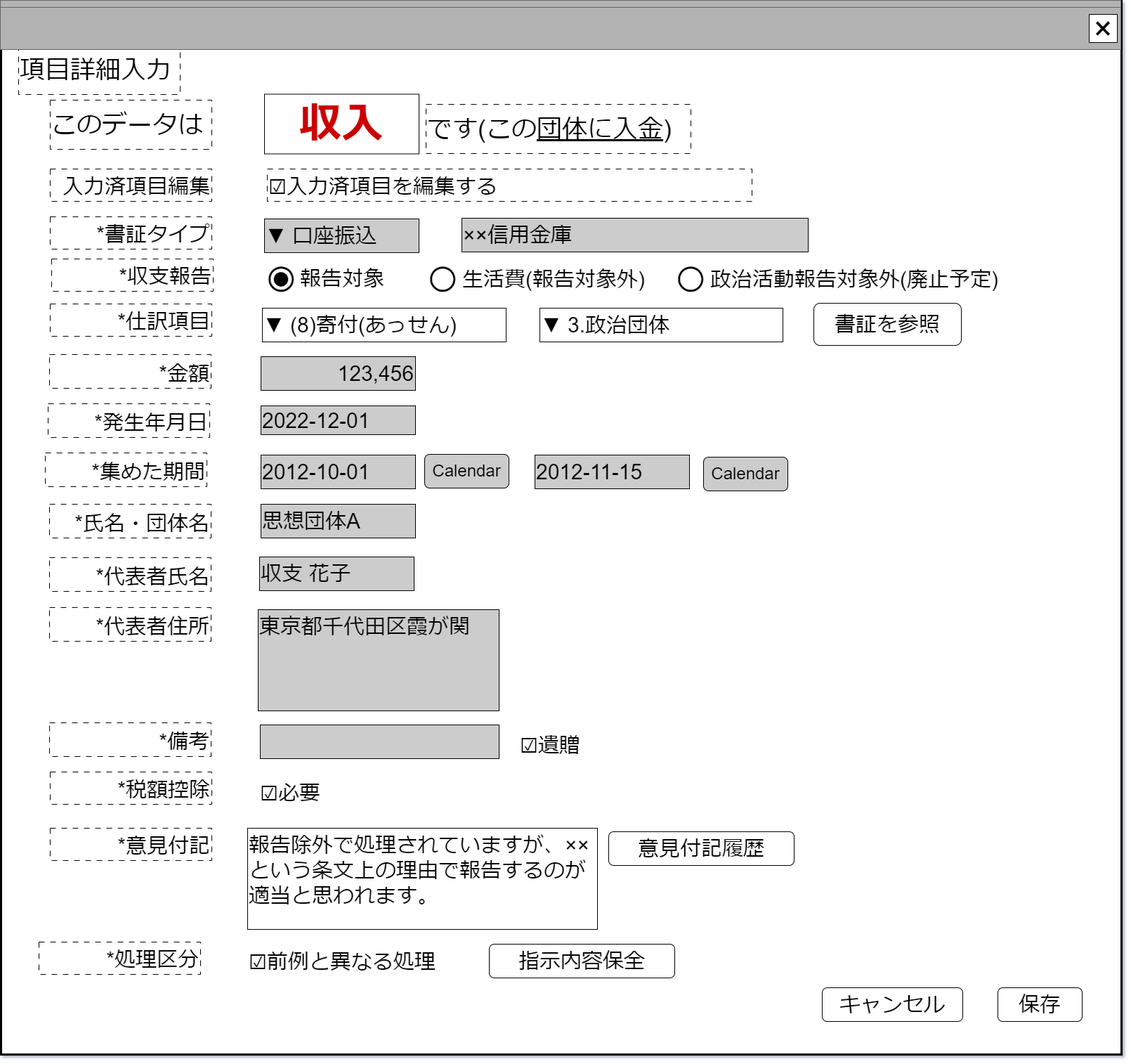
This is docs/create_front/edit_income/image/収入編集.drawio.png from chiwa2023/create-politician-balance-report, a draw.io export, as it was before one commit. Source tidied: cells renumbered, new cells last; positions are measured from the earlier drawing's top-left corner, leaving out a move shared by most shapes.
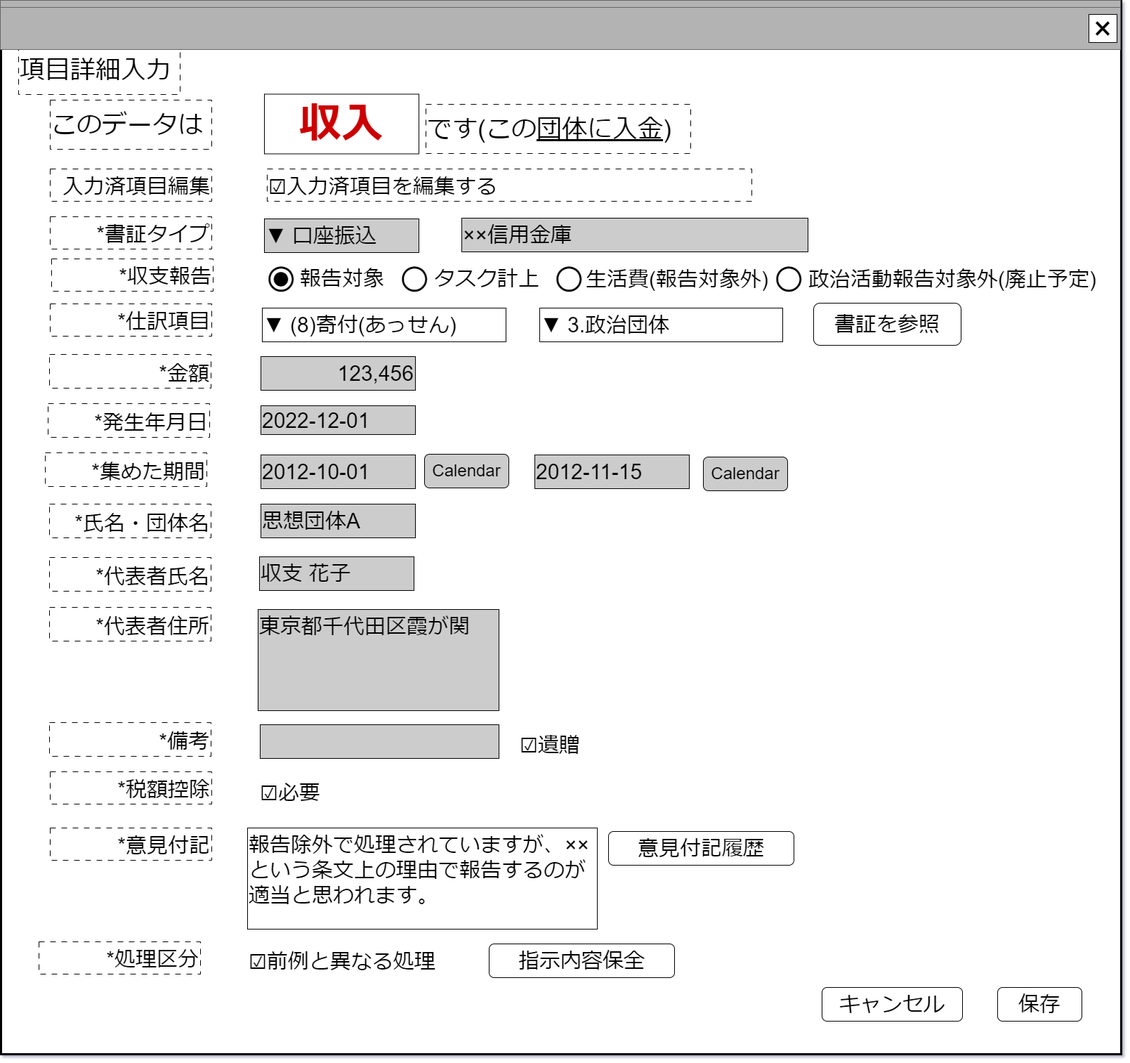
After the change.

Change to the diagram source:
```diff
@@ -67,10 +67,10 @@
       <mxGeometry x="425" y="366" width="275" height="60" as="geometry" />
     </mxCell>
     <mxCell id="24" value="&lt;font style=&quot;font-size: 84px;&quot;&gt;○&lt;/font&gt;" style="text;html=1;strokeColor=none;fillColor=none;align=center;verticalAlign=middle;whiteSpace=wrap;rounded=0;fontSize=60;" parent="5" vertex="1">
-      <mxGeometry x="600" y="377" width="60" height="30" as="geometry" />
+      <mxGeometry x="780" y="377" width="60" height="30" as="geometry" />
     </mxCell>
     <mxCell id="25" value="&lt;font style=&quot;font-size: 30px;&quot;&gt;生活費(報告対象外)&lt;/font&gt;" style="text;html=1;strokeColor=none;fillColor=none;align=left;verticalAlign=middle;whiteSpace=wrap;rounded=0;" parent="5" vertex="1">
-      <mxGeometry x="656" y="367" width="275" height="60" as="geometry" />
+      <mxGeometry x="832" y="367" width="275" height="60" as="geometry" />
     </mxCell>
     <mxCell id="26" value="&lt;font style=&quot;font-size: 30px;&quot;&gt;*仕訳項目&lt;/font&gt;" style="rounded=0;whiteSpace=wrap;html=1;align=right;dashed=1;dashPattern=8 8;verticalAlign=bottom;" parent="5" vertex="1">
       <mxGeometry x="71" y="432" width="230" height="46" as="geometry" />
@@ -139,10 +139,10 @@
       <mxGeometry x="657" y="310" width="493" height="48" as="geometry" />
     </mxCell>
     <mxCell id="48" value="&lt;font style=&quot;font-size: 84px;&quot;&gt;○&lt;/font&gt;" style="text;html=1;strokeColor=none;fillColor=none;align=center;verticalAlign=middle;whiteSpace=wrap;rounded=0;fontSize=60;" parent="5" vertex="1">
-      <mxGeometry x="953" y="377" width="60" height="30" as="geometry" />
+      <mxGeometry x="1093" y="377" width="60" height="30" as="geometry" />
     </mxCell>
     <mxCell id="49" value="&lt;font style=&quot;font-size: 30px;&quot;&gt;政治活動報告対象外(廃止予定)&lt;/font&gt;" style="text;html=1;strokeColor=none;fillColor=none;align=left;verticalAlign=middle;whiteSpace=wrap;rounded=0;" parent="5" vertex="1">
-      <mxGeometry x="1009" y="367" width="511" height="60" as="geometry" />
+      <mxGeometry x="1149" y="367" width="421" height="60" as="geometry" />
     </mxCell>
     <mxCell id="50" value="&lt;font style=&quot;font-size: 30px;&quot;&gt;*意見付記&lt;/font&gt;" style="rounded=0;whiteSpace=wrap;html=1;align=right;dashed=1;dashPattern=8 8;verticalAlign=bottom;" parent="5" vertex="1">
       <mxGeometry x="71" y="1178" width="230" height="46" as="geometry" />
@@ -165,5 +165,11 @@
     <mxCell id="56" value="&lt;font style=&quot;font-size: 30px;&quot;&gt;&lt;br&gt;☑入力済項目を編集する&lt;/font&gt;" style="rounded=0;whiteSpace=wrap;html=1;align=left;dashed=1;dashPattern=8 8;verticalAlign=bottom;" parent="5" vertex="1">
       <mxGeometry x="380" y="240" width="690" height="46" as="geometry" />
     </mxCell>
+    <mxCell id="57" value="&lt;font style=&quot;font-size: 84px;&quot;&gt;○&lt;/font&gt;" style="text;html=1;strokeColor=none;fillColor=none;align=center;verticalAlign=middle;whiteSpace=wrap;rounded=0;fontSize=60;" parent="5" vertex="1">
+      <mxGeometry x="560" y="377" width="60" height="30" as="geometry" />
+    </mxCell>
+    <mxCell id="58" value="&lt;span style=&quot;font-size: 30px;&quot;&gt;タスク計上&lt;/span&gt;" style="text;html=1;strokeColor=none;fillColor=none;align=left;verticalAlign=middle;whiteSpace=wrap;rounded=0;" parent="5" vertex="1">
+      <mxGeometry x="616" y="366" width="275" height="60" as="geometry" />
+    </mxCell>
   </root>
 </mxGraphModel>
```
